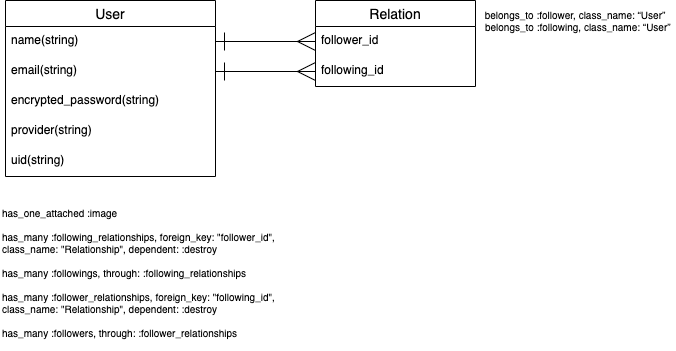
This is er.drawio.png from moriken4320/instakt, a draw.io export, as it was before one commit. Source tidied: cells renumbered, new cells last; positions are measured from the earlier drawing's top-left corner, leaving out a move shared by most shapes. The source it was exported from:
```xml
<mxGraphModel>
  <root>
    <mxCell id="0" />
    <mxCell id="1" parent="0" />
    <mxCell id="2" value="has_one_attached :image&lt;br style=&quot;font-size: 10px;&quot;&gt;&lt;br style=&quot;font-size: 10px;&quot;&gt;&lt;div style=&quot;font-size: 10px;&quot;&gt;has_many :following_relationships, foreign_key: &quot;follower_id&quot;,&amp;nbsp;&lt;/div&gt;&lt;div style=&quot;font-size: 10px;&quot;&gt;class_name: &quot;Relationship&quot;, dependent: :destroy&lt;/div&gt;&lt;div style=&quot;font-size: 10px;&quot;&gt;&lt;br style=&quot;font-size: 10px;&quot;&gt;&lt;/div&gt;&lt;div style=&quot;font-size: 10px;&quot;&gt;has_many :followings, through: :following_relationships&lt;/div&gt;&lt;div style=&quot;font-size: 10px;&quot;&gt;&lt;br style=&quot;font-size: 10px;&quot;&gt;&lt;/div&gt;&lt;div style=&quot;font-size: 10px;&quot;&gt;has_many :follower_relationships, foreign_key: &quot;following_id&quot;,&amp;nbsp;&lt;/div&gt;&lt;div style=&quot;font-size: 10px;&quot;&gt;class_name: &quot;Relationship&quot;, dependent: :destroy&lt;/div&gt;&lt;div style=&quot;font-size: 10px;&quot;&gt;&lt;br style=&quot;font-size: 10px;&quot;&gt;&lt;/div&gt;&lt;div style=&quot;font-size: 10px;&quot;&gt;has_many :followers, through: :follower_relationships&lt;/div&gt;" style="text;html=1;strokeColor=none;fillColor=none;align=left;verticalAlign=top;whiteSpace=wrap;rounded=0;fontSize=10;" parent="1" vertex="1">
      <mxGeometry y="200" width="285" height="150" as="geometry" />
    </mxCell>
    <mxCell id="3" style="edgeStyle=orthogonalEdgeStyle;rounded=0;jettySize=auto;html=1;exitX=1;exitY=0.5;exitDx=0;exitDy=0;entryX=0;entryY=0.5;entryDx=0;entryDy=0;endArrow=ERmany;endFill=0;endSize=16;startSize=16;startArrow=ERone;startFill=0;" parent="1" edge="1" source="8" target="14">
      <mxGeometry relative="1" as="geometry" />
    </mxCell>
    <mxCell id="4" style="edgeStyle=orthogonalEdgeStyle;rounded=0;jettySize=auto;html=1;exitX=1;exitY=0.5;exitDx=0;exitDy=0;entryX=0;entryY=0.5;entryDx=0;entryDy=0;endArrow=ERmany;endFill=0;endSize=16;startSize=16;startArrow=ERone;startFill=0;" parent="1" edge="1" source="7" target="13">
      <mxGeometry relative="1" as="geometry" />
    </mxCell>
    <mxCell id="5" value="&lt;div&gt;belongs_to :follower, class_name: “User”&lt;/div&gt;&lt;div&gt;&amp;nbsp; belongs_to :following, class_name: “User”&lt;/div&gt;" style="text;html=1;strokeColor=none;fillColor=none;align=center;verticalAlign=middle;whiteSpace=wrap;rounded=0;fontSize=10;" parent="1" vertex="1">
      <mxGeometry x="475" width="200" height="40" as="geometry" />
    </mxCell>
    <mxCell id="6" value="User" style="swimlane;fontStyle=0;horizontal=1;startSize=26;align=center;fontSize=14;" parent="1" vertex="1">
      <mxGeometry x="5" width="210" height="176" as="geometry" />
    </mxCell>
    <mxCell id="7" value="name(string)" style="text;strokeColor=none;fillColor=none;spacingLeft=4;spacingRight=4;overflow=hidden;points=[[0,0.5],[1,0.5]];portConstraint=eastwest;fontSize=12;" parent="6" vertex="1">
      <mxGeometry y="26" width="210" height="30" as="geometry" />
    </mxCell>
    <mxCell id="8" value="email(string)" style="text;strokeColor=none;fillColor=none;spacingLeft=4;spacingRight=4;overflow=hidden;points=[[0,0.5],[1,0.5]];portConstraint=eastwest;fontSize=12;" parent="6" vertex="1">
      <mxGeometry y="56" width="210" height="30" as="geometry" />
    </mxCell>
    <mxCell id="9" value="encrypted_password(string)" style="text;strokeColor=none;fillColor=none;spacingLeft=4;spacingRight=4;overflow=hidden;fontSize=12;" parent="6" vertex="1">
      <mxGeometry y="86" width="210" height="30" as="geometry" />
    </mxCell>
    <mxCell id="10" value="provider(string)" style="text;strokeColor=none;fillColor=none;spacingLeft=4;spacingRight=4;overflow=hidden;fontSize=12;" parent="6" vertex="1">
      <mxGeometry y="116" width="210" height="30" as="geometry" />
    </mxCell>
    <mxCell id="11" value="uid(string)" style="text;strokeColor=none;fillColor=none;spacingLeft=4;spacingRight=4;overflow=hidden;fontSize=12;" parent="6" vertex="1">
      <mxGeometry y="146" width="210" height="30" as="geometry" />
    </mxCell>
    <mxCell id="12" value="Relation" style="swimlane;fontStyle=0;horizontal=1;startSize=26;align=center;fontSize=14;" parent="1" vertex="1">
      <mxGeometry x="315" width="160" height="86" as="geometry" />
    </mxCell>
    <mxCell id="13" value="follower_id" style="text;strokeColor=none;fillColor=none;spacingLeft=4;spacingRight=4;overflow=hidden;points=[[0,0.5],[1,0.5]];portConstraint=eastwest;fontSize=12;" parent="12" vertex="1">
      <mxGeometry y="26" width="160" height="30" as="geometry" />
    </mxCell>
    <mxCell id="14" value="following_id" style="text;strokeColor=none;fillColor=none;spacingLeft=4;spacingRight=4;overflow=hidden;points=[[0,0.5],[1,0.5]];portConstraint=eastwest;fontSize=12;" parent="12" vertex="1">
      <mxGeometry y="56" width="160" height="30" as="geometry" />
    </mxCell>
  </root>
</mxGraphModel>
```
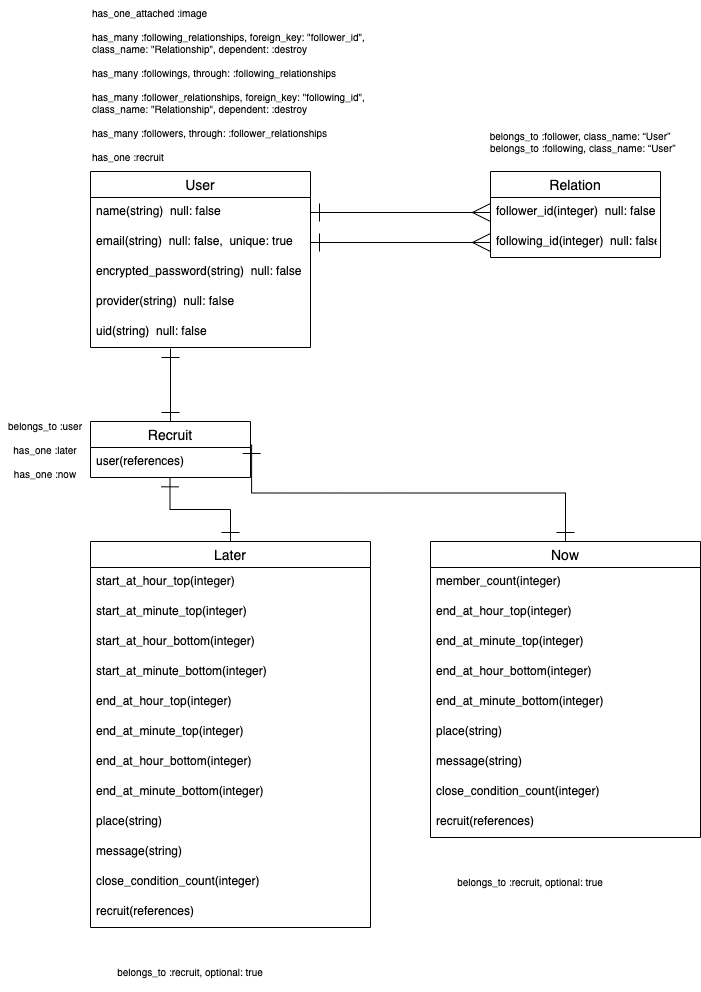
Above is the later version.

Commit message:
募集機能用ER図追加

Diff of the diagram source:
```diff
@@ -2,8 +2,8 @@
   <root>
     <mxCell id="0" />
     <mxCell id="1" parent="0" />
-    <mxCell id="2" value="has_one_attached :image&lt;br style=&quot;font-size: 10px;&quot;&gt;&lt;br style=&quot;font-size: 10px;&quot;&gt;&lt;div style=&quot;font-size: 10px;&quot;&gt;has_many :following_relationships, foreign_key: &quot;follower_id&quot;,&amp;nbsp;&lt;/div&gt;&lt;div style=&quot;font-size: 10px;&quot;&gt;class_name: &quot;Relationship&quot;, dependent: :destroy&lt;/div&gt;&lt;div style=&quot;font-size: 10px;&quot;&gt;&lt;br style=&quot;font-size: 10px;&quot;&gt;&lt;/div&gt;&lt;div style=&quot;font-size: 10px;&quot;&gt;has_many :followings, through: :following_relationships&lt;/div&gt;&lt;div style=&quot;font-size: 10px;&quot;&gt;&lt;br style=&quot;font-size: 10px;&quot;&gt;&lt;/div&gt;&lt;div style=&quot;font-size: 10px;&quot;&gt;has_many :follower_relationships, foreign_key: &quot;following_id&quot;,&amp;nbsp;&lt;/div&gt;&lt;div style=&quot;font-size: 10px;&quot;&gt;class_name: &quot;Relationship&quot;, dependent: :destroy&lt;/div&gt;&lt;div style=&quot;font-size: 10px;&quot;&gt;&lt;br style=&quot;font-size: 10px;&quot;&gt;&lt;/div&gt;&lt;div style=&quot;font-size: 10px;&quot;&gt;has_many :followers, through: :follower_relationships&lt;/div&gt;" style="text;html=1;strokeColor=none;fillColor=none;align=left;verticalAlign=top;whiteSpace=wrap;rounded=0;fontSize=10;" parent="1" vertex="1">
-      <mxGeometry y="200" width="285" height="150" as="geometry" />
+    <mxCell id="2" value="has_one_attached :image&lt;br style=&quot;font-size: 10px&quot;&gt;&lt;br style=&quot;font-size: 10px&quot;&gt;&lt;div style=&quot;font-size: 10px&quot;&gt;has_many :following_relationships, foreign_key: &quot;follower_id&quot;,&amp;nbsp;&lt;/div&gt;&lt;div style=&quot;font-size: 10px&quot;&gt;class_name: &quot;Relationship&quot;, dependent: :destroy&lt;/div&gt;&lt;div style=&quot;font-size: 10px&quot;&gt;&lt;br style=&quot;font-size: 10px&quot;&gt;&lt;/div&gt;&lt;div style=&quot;font-size: 10px&quot;&gt;has_many :followings, through: :following_relationships&lt;/div&gt;&lt;div style=&quot;font-size: 10px&quot;&gt;&lt;br style=&quot;font-size: 10px&quot;&gt;&lt;/div&gt;&lt;div style=&quot;font-size: 10px&quot;&gt;has_many :follower_relationships, foreign_key: &quot;following_id&quot;,&amp;nbsp;&lt;/div&gt;&lt;div style=&quot;font-size: 10px&quot;&gt;class_name: &quot;Relationship&quot;, dependent: :destroy&lt;/div&gt;&lt;div style=&quot;font-size: 10px&quot;&gt;&lt;br style=&quot;font-size: 10px&quot;&gt;&lt;/div&gt;&lt;div style=&quot;font-size: 10px&quot;&gt;has_many :followers, through: :follower_relationships&lt;/div&gt;&lt;div style=&quot;font-size: 10px&quot;&gt;&lt;br&gt;&lt;/div&gt;&lt;div style=&quot;font-size: 10px&quot;&gt;has_one :recruit&lt;/div&gt;" style="text;html=1;strokeColor=none;fillColor=none;align=left;verticalAlign=top;whiteSpace=wrap;rounded=0;fontSize=10;" parent="1" vertex="1">
+      <mxGeometry x="175" y="19" width="285" height="170" as="geometry" />
     </mxCell>
     <mxCell id="3" style="edgeStyle=orthogonalEdgeStyle;rounded=0;jettySize=auto;html=1;exitX=1;exitY=0.5;exitDx=0;exitDy=0;entryX=0;entryY=0.5;entryDx=0;entryDy=0;endArrow=ERmany;endFill=0;endSize=16;startSize=16;startArrow=ERone;startFill=0;" parent="1" edge="1" source="8" target="14">
       <mxGeometry relative="1" as="geometry" />
@@ -12,34 +12,131 @@
       <mxGeometry relative="1" as="geometry" />
     </mxCell>
     <mxCell id="5" value="&lt;div&gt;belongs_to :follower, class_name: “User”&lt;/div&gt;&lt;div&gt;&amp;nbsp; belongs_to :following, class_name: “User”&lt;/div&gt;" style="text;html=1;strokeColor=none;fillColor=none;align=center;verticalAlign=middle;whiteSpace=wrap;rounded=0;fontSize=10;" parent="1" vertex="1">
-      <mxGeometry x="475" width="200" height="40" as="geometry" />
+      <mxGeometry x="565" y="140" width="200" height="40" as="geometry" />
     </mxCell>
+    <mxCell id="15" style="edgeStyle=orthogonalEdgeStyle;rounded=0;jettySize=auto;html=1;exitX=0.5;exitY=0;exitDx=0;exitDy=0;startArrow=ERone;startFill=0;endSize=16;startSize=16;endArrow=ERone;endFill=0;" parent="1" edge="1" source="18">
+      <mxGeometry relative="1" as="geometry">
+        <mxPoint x="255" y="367" as="targetPoint" />
+      </mxGeometry>
+    </mxCell>
+    <mxCell id="16" style="edgeStyle=orthogonalEdgeStyle;rounded=0;jettySize=auto;html=1;startArrow=ERone;startFill=0;endSize=16;startSize=16;endArrow=ERone;endFill=0;exitX=0.5;exitY=0;exitDx=0;exitDy=0;entryX=0.497;entryY=1.011;entryDx=0;entryDy=0;entryPerimeter=0;" parent="1" edge="1" source="23" target="19">
+      <mxGeometry relative="1" as="geometry" />
+    </mxCell>
+    <mxCell id="17" style="edgeStyle=orthogonalEdgeStyle;rounded=0;jettySize=auto;html=1;startArrow=ERone;startFill=0;endSize=16;startSize=16;endArrow=ERone;endFill=0;exitX=0.5;exitY=0;exitDx=0;exitDy=0;entryX=1.007;entryY=-0.1;entryDx=0;entryDy=0;entryPerimeter=0;" parent="1" edge="1" source="36">
+      <mxGeometry relative="1" as="geometry">
+        <mxPoint x="336.1" y="463" as="targetPoint" />
+      </mxGeometry>
+    </mxCell>
     <mxCell id="6" value="User" style="swimlane;fontStyle=0;horizontal=1;startSize=26;align=center;fontSize=14;" parent="1" vertex="1">
-      <mxGeometry x="5" width="210" height="176" as="geometry" />
+      <mxGeometry x="175" y="190" width="220" height="176" as="geometry" />
     </mxCell>
-    <mxCell id="7" value="name(string)" style="text;strokeColor=none;fillColor=none;spacingLeft=4;spacingRight=4;overflow=hidden;points=[[0,0.5],[1,0.5]];portConstraint=eastwest;fontSize=12;" parent="6" vertex="1">
-      <mxGeometry y="26" width="210" height="30" as="geometry" />
+    <mxCell id="7" value="name(string)  null: false" style="text;strokeColor=none;fillColor=none;spacingLeft=4;spacingRight=4;overflow=hidden;points=[[0,0.5],[1,0.5]];portConstraint=eastwest;fontSize=12;" parent="6" vertex="1">
+      <mxGeometry y="26" width="220" height="30" as="geometry" />
     </mxCell>
-    <mxCell id="8" value="email(string)" style="text;strokeColor=none;fillColor=none;spacingLeft=4;spacingRight=4;overflow=hidden;points=[[0,0.5],[1,0.5]];portConstraint=eastwest;fontSize=12;" parent="6" vertex="1">
-      <mxGeometry y="56" width="210" height="30" as="geometry" />
+    <mxCell id="8" value="email(string)  null: false,  unique: true" style="text;strokeColor=none;fillColor=none;spacingLeft=4;spacingRight=4;overflow=hidden;points=[[0,0.5],[1,0.5]];portConstraint=eastwest;fontSize=12;" parent="6" vertex="1">
+      <mxGeometry y="56" width="220" height="30" as="geometry" />
     </mxCell>
-    <mxCell id="9" value="encrypted_password(string)" style="text;strokeColor=none;fillColor=none;spacingLeft=4;spacingRight=4;overflow=hidden;fontSize=12;" parent="6" vertex="1">
-      <mxGeometry y="86" width="210" height="30" as="geometry" />
+    <mxCell id="9" value="encrypted_password(string)  null: false" style="text;strokeColor=none;fillColor=none;spacingLeft=4;spacingRight=4;overflow=hidden;fontSize=12;" parent="6" vertex="1">
+      <mxGeometry y="86" width="220" height="30" as="geometry" />
     </mxCell>
-    <mxCell id="10" value="provider(string)" style="text;strokeColor=none;fillColor=none;spacingLeft=4;spacingRight=4;overflow=hidden;fontSize=12;" parent="6" vertex="1">
-      <mxGeometry y="116" width="210" height="30" as="geometry" />
+    <mxCell id="10" value="provider(string)  null: false" style="text;strokeColor=none;fillColor=none;spacingLeft=4;spacingRight=4;overflow=hidden;fontSize=12;" parent="6" vertex="1">
+      <mxGeometry y="116" width="220" height="30" as="geometry" />
     </mxCell>
-    <mxCell id="11" value="uid(string)" style="text;strokeColor=none;fillColor=none;spacingLeft=4;spacingRight=4;overflow=hidden;fontSize=12;" parent="6" vertex="1">
-      <mxGeometry y="146" width="210" height="30" as="geometry" />
+    <mxCell id="11" value="uid(string)  null: false" style="text;strokeColor=none;fillColor=none;spacingLeft=4;spacingRight=4;overflow=hidden;fontSize=12;" parent="6" vertex="1">
+      <mxGeometry y="146" width="220" height="30" as="geometry" />
     </mxCell>
     <mxCell id="12" value="Relation" style="swimlane;fontStyle=0;horizontal=1;startSize=26;align=center;fontSize=14;" parent="1" vertex="1">
-      <mxGeometry x="315" width="160" height="86" as="geometry" />
+      <mxGeometry x="575" y="190" width="170" height="86" as="geometry" />
     </mxCell>
-    <mxCell id="13" value="follower_id" style="text;strokeColor=none;fillColor=none;spacingLeft=4;spacingRight=4;overflow=hidden;points=[[0,0.5],[1,0.5]];portConstraint=eastwest;fontSize=12;" parent="12" vertex="1">
-      <mxGeometry y="26" width="160" height="30" as="geometry" />
+    <mxCell id="13" value="follower_id(integer)  null: false" style="text;strokeColor=none;fillColor=none;spacingLeft=4;spacingRight=4;overflow=hidden;points=[[0,0.5],[1,0.5]];portConstraint=eastwest;fontSize=12;" parent="12" vertex="1">
+      <mxGeometry y="26" width="170" height="30" as="geometry" />
     </mxCell>
-    <mxCell id="14" value="following_id" style="text;strokeColor=none;fillColor=none;spacingLeft=4;spacingRight=4;overflow=hidden;points=[[0,0.5],[1,0.5]];portConstraint=eastwest;fontSize=12;" parent="12" vertex="1">
-      <mxGeometry y="56" width="160" height="30" as="geometry" />
+    <mxCell id="14" value="following_id(integer)  null: false" style="text;strokeColor=none;fillColor=none;spacingLeft=4;spacingRight=4;overflow=hidden;points=[[0,0.5],[1,0.5]];portConstraint=eastwest;fontSize=12;" parent="12" vertex="1">
+      <mxGeometry y="56" width="170" height="30" as="geometry" />
     </mxCell>
+    <mxCell id="18" value="Recruit" style="swimlane;fontStyle=0;horizontal=1;startSize=26;align=center;fontSize=14;" parent="1" vertex="1">
+      <mxGeometry x="175" y="440" width="160" height="56" as="geometry" />
+    </mxCell>
+    <mxCell id="19" value="user(references)" style="text;strokeColor=none;fillColor=none;spacingLeft=4;spacingRight=4;overflow=hidden;points=[[0,0.5],[1,0.5]];portConstraint=eastwest;fontSize=12;" parent="18" vertex="1">
+      <mxGeometry y="26" width="160" height="30" as="geometry" />
+    </mxCell>
+    <mxCell id="20" value="&lt;div&gt;belongs_to :user&lt;/div&gt;&lt;div&gt;&lt;br&gt;&lt;/div&gt;&lt;div&gt;has_one :later&lt;/div&gt;&lt;div&gt;&lt;br&gt;&lt;/div&gt;has_one :now" style="text;html=1;strokeColor=none;fillColor=none;align=center;verticalAlign=middle;whiteSpace=wrap;rounded=0;fontSize=10;" parent="1" vertex="1">
+      <mxGeometry x="85" y="433" width="90" height="70" as="geometry" />
+    </mxCell>
+    <mxCell id="21" value="&lt;div&gt;belongs_to :recruit, optional: true&lt;/div&gt;" style="text;html=1;strokeColor=none;fillColor=none;align=center;verticalAlign=middle;whiteSpace=wrap;rounded=0;fontSize=10;" parent="1" vertex="1">
+      <mxGeometry x="515" y="880" width="200" height="40" as="geometry" />
+    </mxCell>
+    <mxCell id="22" value="&lt;div&gt;belongs_to :recruit, optional: true&lt;/div&gt;" style="text;html=1;strokeColor=none;fillColor=none;align=center;verticalAlign=middle;whiteSpace=wrap;rounded=0;fontSize=10;" parent="1" vertex="1">
+      <mxGeometry x="175" y="970" width="200" height="40" as="geometry" />
+    </mxCell>
+    <mxCell id="23" value="Later" style="swimlane;fontStyle=0;horizontal=1;startSize=26;align=center;fontSize=14;" parent="1" vertex="1">
+      <mxGeometry x="175" y="560" width="280" height="386" as="geometry" />
+    </mxCell>
+    <mxCell id="24" value="start_at_hour_top(integer)" style="text;strokeColor=none;fillColor=none;spacingLeft=4;spacingRight=4;overflow=hidden;fontSize=12;" parent="23" vertex="1">
+      <mxGeometry y="26" width="280" height="30" as="geometry" />
+    </mxCell>
+    <mxCell id="25" value="start_at_minute_top(integer)" style="text;strokeColor=none;fillColor=none;spacingLeft=4;spacingRight=4;overflow=hidden;fontSize=12;" parent="23" vertex="1">
+      <mxGeometry y="56" width="280" height="30" as="geometry" />
+    </mxCell>
+    <mxCell id="26" value="start_at_hour_bottom(integer)" style="text;strokeColor=none;fillColor=none;spacingLeft=4;spacingRight=4;overflow=hidden;fontSize=12;" parent="23" vertex="1">
+      <mxGeometry y="86" width="280" height="30" as="geometry" />
+    </mxCell>
+    <mxCell id="27" value="start_at_minute_bottom(integer)" style="text;strokeColor=none;fillColor=none;spacingLeft=4;spacingRight=4;overflow=hidden;fontSize=12;" parent="23" vertex="1">
+      <mxGeometry y="116" width="280" height="30" as="geometry" />
+    </mxCell>
+    <mxCell id="28" value="end_at_hour_top(integer)" style="text;strokeColor=none;fillColor=none;spacingLeft=4;spacingRight=4;overflow=hidden;fontSize=12;" parent="23" vertex="1">
+      <mxGeometry y="146" width="280" height="30" as="geometry" />
+    </mxCell>
+    <mxCell id="29" value="end_at_minute_top(integer)" style="text;strokeColor=none;fillColor=none;spacingLeft=4;spacingRight=4;overflow=hidden;fontSize=12;" parent="23" vertex="1">
+      <mxGeometry y="176" width="280" height="30" as="geometry" />
+    </mxCell>
+    <mxCell id="30" value="end_at_hour_bottom(integer)" style="text;strokeColor=none;fillColor=none;spacingLeft=4;spacingRight=4;overflow=hidden;fontSize=12;" parent="23" vertex="1">
+      <mxGeometry y="206" width="280" height="30" as="geometry" />
+    </mxCell>
+    <mxCell id="31" value="end_at_minute_bottom(integer)" style="text;strokeColor=none;fillColor=none;spacingLeft=4;spacingRight=4;overflow=hidden;fontSize=12;" parent="23" vertex="1">
+      <mxGeometry y="236" width="280" height="30" as="geometry" />
+    </mxCell>
+    <mxCell id="32" value="place(string)" style="text;strokeColor=none;fillColor=none;spacingLeft=4;spacingRight=4;overflow=hidden;fontSize=12;" parent="23" vertex="1">
+      <mxGeometry y="266" width="280" height="30" as="geometry" />
+    </mxCell>
+    <mxCell id="33" value="message(string)" style="text;strokeColor=none;fillColor=none;spacingLeft=4;spacingRight=4;overflow=hidden;fontSize=12;" parent="23" vertex="1">
+      <mxGeometry y="296" width="280" height="30" as="geometry" />
+    </mxCell>
+    <mxCell id="34" value="close_condition_count(integer)" style="text;strokeColor=none;fillColor=none;spacingLeft=4;spacingRight=4;overflow=hidden;fontSize=12;" parent="23" vertex="1">
+      <mxGeometry y="326" width="280" height="30" as="geometry" />
+    </mxCell>
+    <mxCell id="35" value="recruit(references)" style="text;strokeColor=none;fillColor=none;spacingLeft=4;spacingRight=4;overflow=hidden;fontSize=12;" parent="23" vertex="1">
+      <mxGeometry y="356" width="280" height="30" as="geometry" />
+    </mxCell>
+    <mxCell id="36" value="Now" style="swimlane;fontStyle=0;horizontal=1;startSize=26;align=center;fontSize=14;" parent="1" vertex="1">
+      <mxGeometry x="515" y="560" width="270" height="296" as="geometry" />
+    </mxCell>
+    <mxCell id="37" value="member_count(integer)" style="text;strokeColor=none;fillColor=none;spacingLeft=4;spacingRight=4;overflow=hidden;fontSize=12;" parent="36" vertex="1">
+      <mxGeometry y="26" width="270" height="30" as="geometry" />
+    </mxCell>
+    <mxCell id="38" value="end_at_hour_top(integer)" style="text;strokeColor=none;fillColor=none;spacingLeft=4;spacingRight=4;overflow=hidden;fontSize=12;" parent="36" vertex="1">
+      <mxGeometry y="56" width="270" height="30" as="geometry" />
+    </mxCell>
+    <mxCell id="39" value="end_at_minute_top(integer)" style="text;strokeColor=none;fillColor=none;spacingLeft=4;spacingRight=4;overflow=hidden;fontSize=12;" parent="36" vertex="1">
+      <mxGeometry y="86" width="270" height="30" as="geometry" />
+    </mxCell>
+    <mxCell id="40" value="end_at_hour_bottom(integer)" style="text;strokeColor=none;fillColor=none;spacingLeft=4;spacingRight=4;overflow=hidden;fontSize=12;" parent="36" vertex="1">
+      <mxGeometry y="116" width="270" height="30" as="geometry" />
+    </mxCell>
+    <mxCell id="41" value="end_at_minute_bottom(integer)" style="text;strokeColor=none;fillColor=none;spacingLeft=4;spacingRight=4;overflow=hidden;fontSize=12;" parent="36" vertex="1">
+      <mxGeometry y="146" width="270" height="30" as="geometry" />
+    </mxCell>
+    <mxCell id="42" value="place(string)" style="text;strokeColor=none;fillColor=none;spacingLeft=4;spacingRight=4;overflow=hidden;fontSize=12;" parent="36" vertex="1">
+      <mxGeometry y="176" width="270" height="30" as="geometry" />
+    </mxCell>
+    <mxCell id="43" value="message(string)" style="text;strokeColor=none;fillColor=none;spacingLeft=4;spacingRight=4;overflow=hidden;fontSize=12;" parent="36" vertex="1">
+      <mxGeometry y="206" width="270" height="30" as="geometry" />
+    </mxCell>
+    <mxCell id="44" value="close_condition_count(integer)" style="text;strokeColor=none;fillColor=none;spacingLeft=4;spacingRight=4;overflow=hidden;fontSize=12;" parent="36" vertex="1">
+      <mxGeometry y="236" width="270" height="30" as="geometry" />
+    </mxCell>
+    <mxCell id="45" value="recruit(references)" style="text;strokeColor=none;fillColor=none;spacingLeft=4;spacingRight=4;overflow=hidden;fontSize=12;" parent="36" vertex="1">
+      <mxGeometry y="266" width="270" height="30" as="geometry" />
+    </mxCell>
   </root>
 </mxGraphModel>
```
